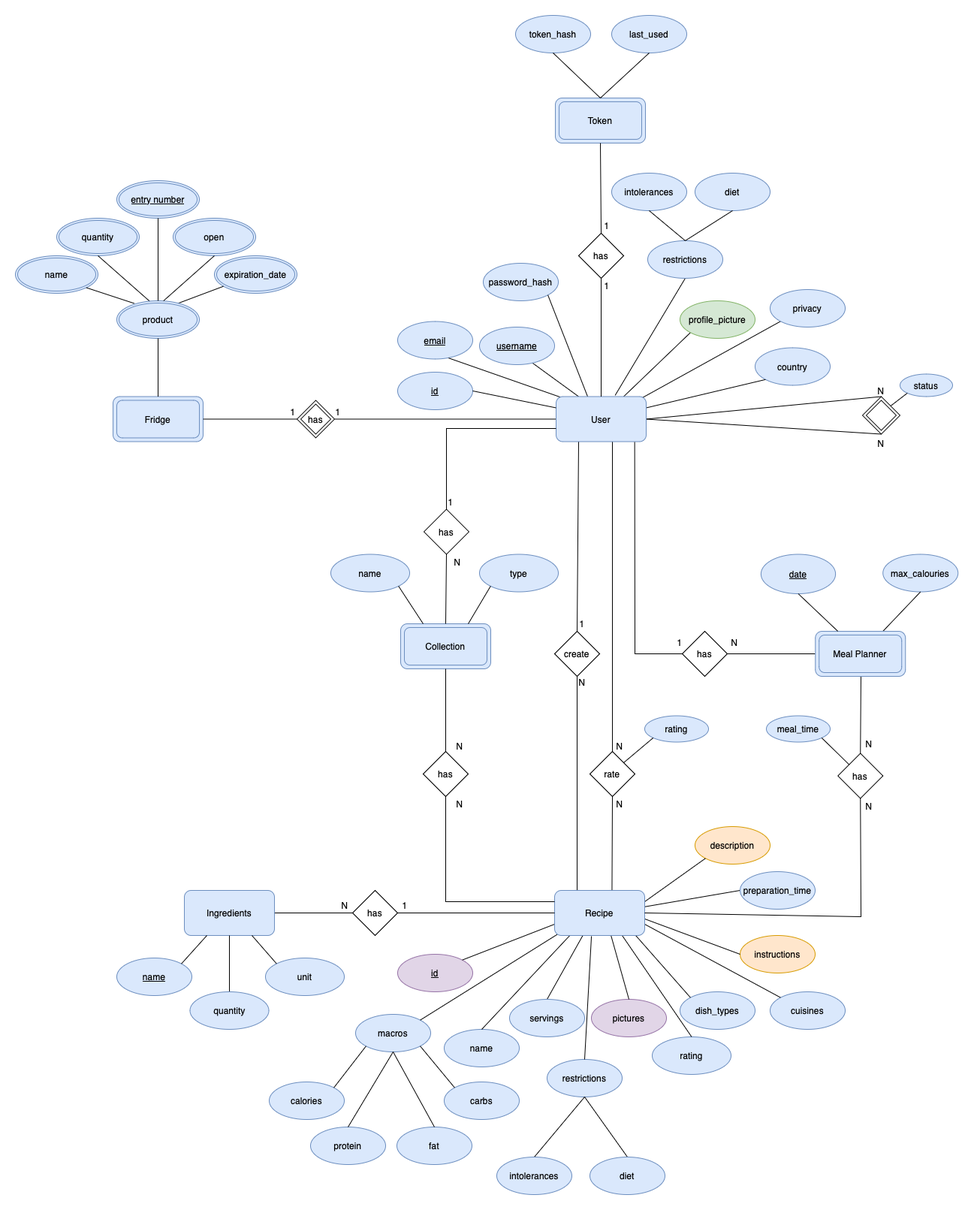
This is docs/imgs/ModeloEA.png from vascosta/epicurius, a draw.io export, as it was before one commit. Source tidied: cells renumbered, new cells last; positions are measured from the earlier drawing's top-left corner, leaving out a move shared by most shapes.
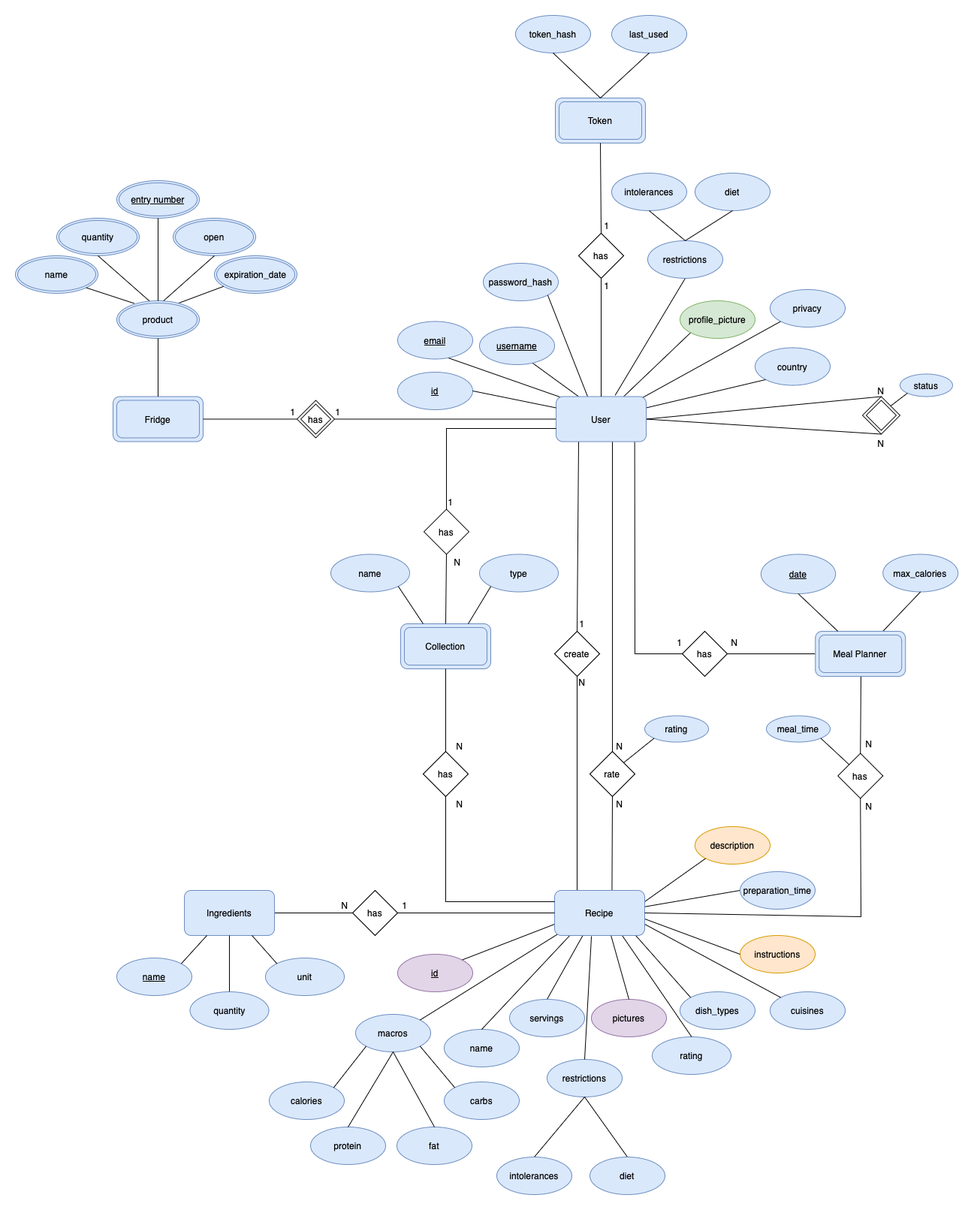
After the change.

Diff of the diagram source:
```diff
@@ -320,7 +320,7 @@
     <mxCell id="104" style="endArrow=none;html=1;rounded=0;entryX=1;entryY=0;entryDx=0;entryDy=0;exitX=0;exitY=1;exitDx=0;exitDy=0;" parent="1" edge="1" source="103" target="81">
       <mxGeometry relative="1" as="geometry" />
     </mxCell>
-    <mxCell id="105" value="max_calouries" style="ellipse;whiteSpace=wrap;html=1;fillColor=#dae8fc;strokeColor=#6c8ebf;" parent="1" vertex="1">
+    <mxCell id="105" value="max_calories" style="ellipse;whiteSpace=wrap;html=1;fillColor=#dae8fc;strokeColor=#6c8ebf;" parent="1" vertex="1">
       <mxGeometry x="1155.2" y="717.5" width="100" height="50" as="geometry" />
     </mxCell>
     <mxCell id="106" style="endArrow=none;html=1;rounded=0;entryX=0.75;entryY=0;entryDx=0;entryDy=0;exitX=0.5;exitY=1;exitDx=0;exitDy=0;" parent="1" edge="1" source="105" target="118">
```
